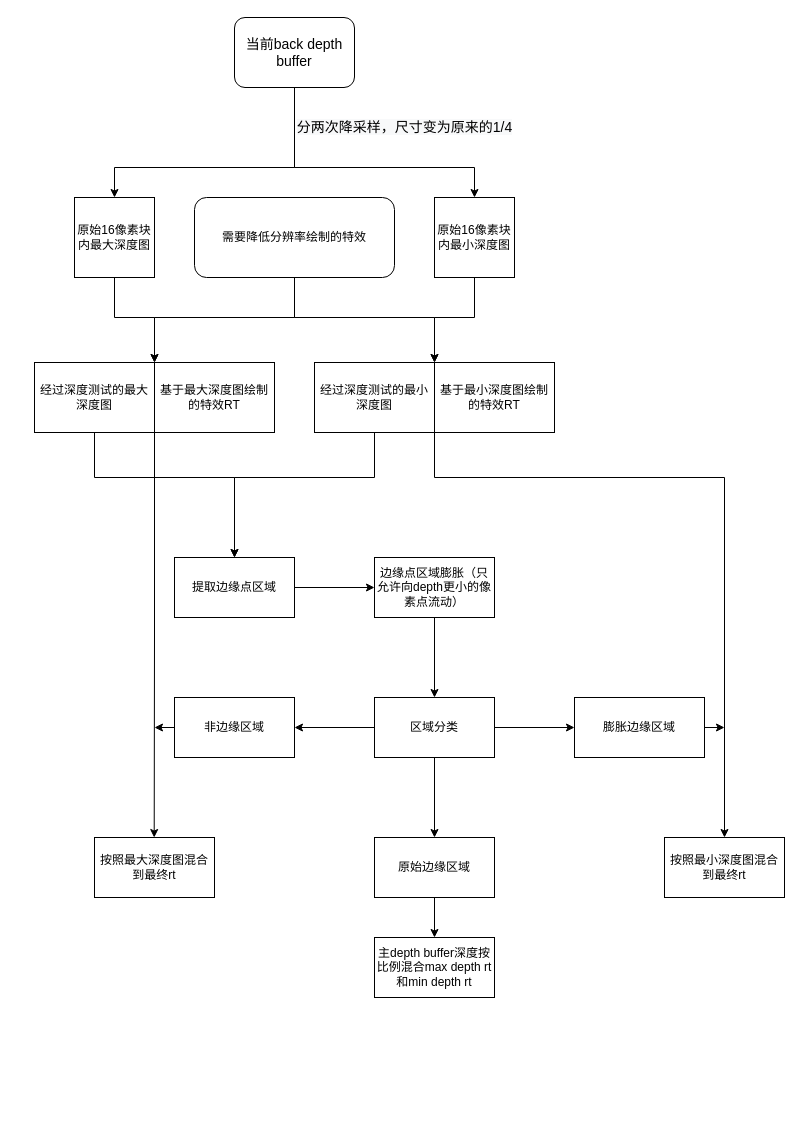
v8786339/youridea keeps this draw.io diagram as Untitled Diagram.drawio. Above is the earlier version. Source tidied: cells renumbered, new cells numbered last; positions are measured from the earlier drawing's top-left corner, leaving out a move shared by most shapes. Both pictures are drawn from the tidied source at 100%, with x=0, y=0 at pixel (34, 17).
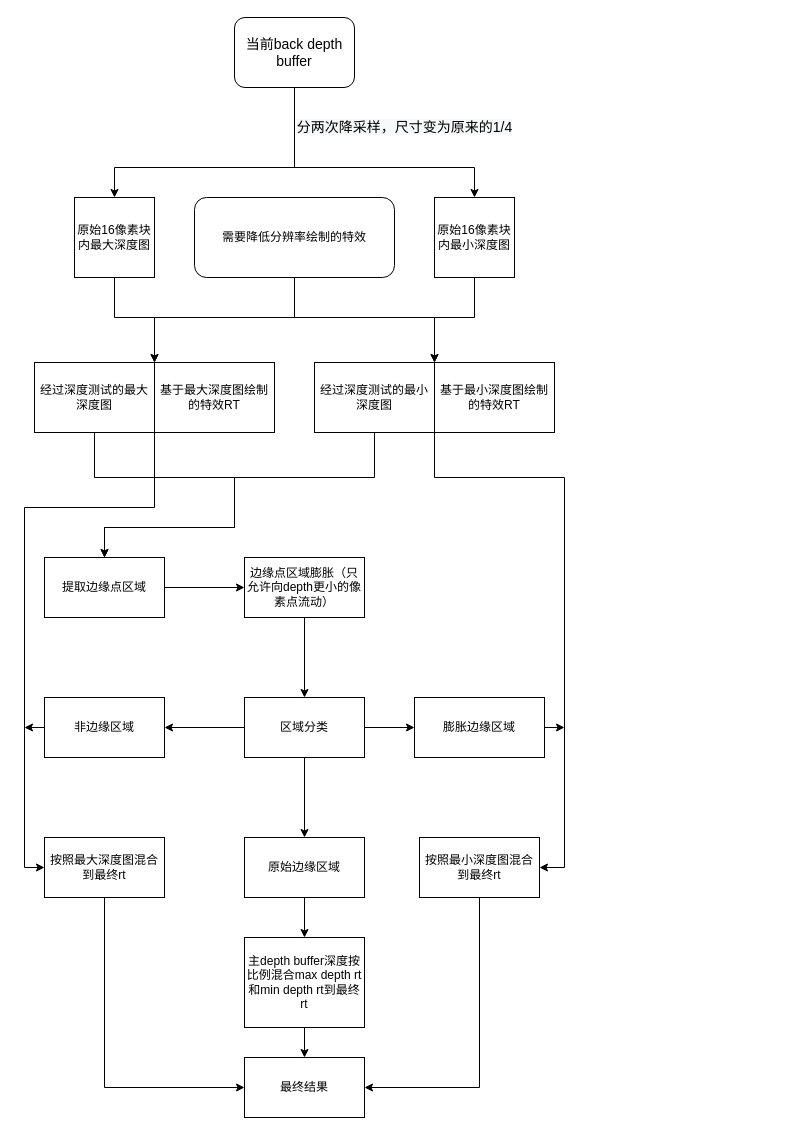
The same diagram, later.

The change refers to these unchanged cells:
```xml
<mxCell id="15" value="经过深度测试的最大深度图" style="rounded=0;whiteSpace=wrap;html=1;" parent="1" vertex="1">
  <mxGeometry y="345" width="120" height="70" as="geometry" />
</mxCell>
<mxCell id="19" value="经过深度测试的最小深度图" style="rounded=0;whiteSpace=wrap;html=1;" parent="1" vertex="1">
  <mxGeometry x="280" y="345" width="120" height="70" as="geometry" />
</mxCell>
```

The edit, as a diff of the source:
```diff
@@
-    <mxCell id="13" style="edgeStyle=orthogonalEdgeStyle;rounded=0;jettySize=auto;html=1;exitX=0.5;exitY=1;exitDx=0;exitDy=0;" parent="1" edge="1" source="15">
+    <mxCell id="13" style="edgeStyle=orthogonalEdgeStyle;rounded=0;jettySize=auto;html=1;exitX=0.5;exitY=1;exitDx=0;exitDy=0;entryX=0.5;entryY=0;entryDx=0;entryDy=0;" parent="1" edge="1" source="15" target="21">
       <mxGeometry relative="1" as="geometry">
-        <mxPoint x="200" y="540" as="targetPoint" />
         <Array as="points">
           <mxPoint x="60" y="460" />
           <mxPoint x="200" y="460" />
+          <mxPoint x="200" y="510" />
+          <mxPoint x="70" y="510" />
         </Array>
       </mxGeometry>
     </mxCell>
-    <mxCell id="14" style="edgeStyle=orthogonalEdgeStyle;rounded=0;jettySize=auto;html=1;exitX=1;exitY=1;exitDx=0;exitDy=0;" parent="1" edge="1" source="15">
+    <mxCell id="14" style="edgeStyle=orthogonalEdgeStyle;rounded=0;jettySize=auto;html=1;exitX=1;exitY=1;exitDx=0;exitDy=0;entryX=0;entryY=0.5;entryDx=0;entryDy=0;" parent="1" edge="1" source="15" target="34">
       <mxGeometry relative="1" as="geometry">
-        <mxPoint x="119.7" y="820" as="targetPoint" />
+        <Array as="points">
+          <mxPoint x="120" y="490" />
+          <mxPoint x="-10" y="490" />
+          <mxPoint x="-10" y="850" />
+        </Array>
       </mxGeometry>
     </mxCell>
@@
-    <mxCell id="17" style="edgeStyle=orthogonalEdgeStyle;rounded=0;jettySize=auto;html=1;exitX=0.5;exitY=1;exitDx=0;exitDy=0;" parent="1" edge="1" source="19">
+    <mxCell id="17" style="edgeStyle=orthogonalEdgeStyle;rounded=0;jettySize=auto;html=1;exitX=0.5;exitY=1;exitDx=0;exitDy=0;entryX=0.5;entryY=0;entryDx=0;entryDy=0;" parent="1" edge="1" source="19" target="21">
       <mxGeometry relative="1" as="geometry">
-        <mxPoint x="200" y="540" as="targetPoint" />
         <Array as="points">
           <mxPoint x="340" y="460" />
           <mxPoint x="200" y="460" />
+          <mxPoint x="200" y="510" />
+          <mxPoint x="70" y="510" />
         </Array>
       </mxGeometry>
     </mxCell>
-    <mxCell id="18" style="edgeStyle=orthogonalEdgeStyle;rounded=0;jettySize=auto;html=1;exitX=1;exitY=1;exitDx=0;exitDy=0;" parent="1" edge="1" source="19">
+    <mxCell id="18" style="edgeStyle=orthogonalEdgeStyle;rounded=0;jettySize=auto;html=1;exitX=1;exitY=1;exitDx=0;exitDy=0;entryX=1;entryY=0.5;entryDx=0;entryDy=0;" parent="1" edge="1" source="19" target="35">
       <mxGeometry relative="1" as="geometry">
-        <mxPoint x="690" y="820" as="targetPoint" />
         <Array as="points">
           <mxPoint x="400" y="460" />
-          <mxPoint x="690" y="460" />
+          <mxPoint x="530" y="460" />
+          <mxPoint x="530" y="850" />
         </Array>
       </mxGeometry>
     </mxCell>
@@
     <mxCell id="21" value="提取边缘点区域" style="rounded=0;whiteSpace=wrap;html=1;" parent="1" vertex="1">
-      <mxGeometry x="140" y="540" width="120" height="60" as="geometry" />
+      <mxGeometry x="10" y="540" width="120" height="60" as="geometry" />
     </mxCell>
@@
     <mxCell id="23" value="边缘点区域膨胀（只允许向depth更小的像素点流动）" style="rounded=0;whiteSpace=wrap;html=1;" parent="1" vertex="1">
-      <mxGeometry x="340" y="540" width="120" height="60" as="geometry" />
+      <mxGeometry x="210" y="540" width="120" height="60" as="geometry" />
     </mxCell>
@@
     <mxCell id="27" value="区域分类" style="whiteSpace=wrap;html=1;rounded=0;" parent="1" vertex="1">
-      <mxGeometry x="340" y="680" width="120" height="60" as="geometry" />
+      <mxGeometry x="210" y="680" width="120" height="60" as="geometry" />
     </mxCell>
     <mxCell id="28" style="edgeStyle=orthogonalEdgeStyle;rounded=0;jettySize=auto;html=1;exitX=0;exitY=0.5;exitDx=0;exitDy=0;" parent="1" edge="1" source="29">
       <mxGeometry relative="1" as="geometry">
-        <mxPoint x="120" y="709.9" as="targetPoint" />
+        <mxPoint x="-10" y="709.9" as="targetPoint" />
       </mxGeometry>
     </mxCell>
     <mxCell id="29" value="非边缘区域" style="whiteSpace=wrap;html=1;rounded=0;" parent="1" vertex="1">
-      <mxGeometry x="140" y="680" width="120" height="60" as="geometry" />
+      <mxGeometry x="10" y="680" width="120" height="60" as="geometry" />
     </mxCell>
@@
     <mxCell id="31" value="原始边缘区域" style="whiteSpace=wrap;html=1;rounded=0;" parent="1" vertex="1">
-      <mxGeometry x="340" y="820" width="120" height="60" as="geometry" />
+      <mxGeometry x="210" y="820" width="120" height="60" as="geometry" />
     </mxCell>
     <mxCell id="32" style="edgeStyle=orthogonalEdgeStyle;rounded=0;jettySize=auto;html=1;exitX=1;exitY=0.5;exitDx=0;exitDy=0;" parent="1" edge="1" source="33">
       <mxGeometry relative="1" as="geometry">
-        <mxPoint x="690" y="709.9" as="targetPoint" />
+        <mxPoint x="530" y="710" as="targetPoint" />
       </mxGeometry>
     </mxCell>
     <mxCell id="33" value="膨胀边缘区域" style="whiteSpace=wrap;html=1;rounded=0;" parent="1" vertex="1">
-      <mxGeometry x="540" y="680" width="130" height="60" as="geometry" />
+      <mxGeometry x="380" y="680" width="130" height="60" as="geometry" />
     </mxCell>
+    <mxCell id="37" style="edgeStyle=orthogonalEdgeStyle;rounded=0;jettySize=auto;html=1;exitX=0.5;exitY=1;exitDx=0;exitDy=0;entryX=0;entryY=0.5;entryDx=0;entryDy=0;" parent="1" edge="1" source="34" target="40">
+      <mxGeometry relative="1" as="geometry">
+        <Array as="points">
+          <mxPoint x="70" y="1070" />
+        </Array>
+      </mxGeometry>
+    </mxCell>
     <mxCell id="34" value="按照最大深度图混合到最终rt" style="rounded=0;whiteSpace=wrap;html=1;" parent="1" vertex="1">
-      <mxGeometry x="60" y="820" width="120" height="60" as="geometry" />
+      <mxGeometry x="10" y="820" width="120" height="60" as="geometry" />
     </mxCell>
+    <mxCell id="38" style="edgeStyle=orthogonalEdgeStyle;rounded=0;jettySize=auto;html=1;exitX=0.5;exitY=1;exitDx=0;exitDy=0;entryX=1;entryY=0.5;entryDx=0;entryDy=0;" parent="1" edge="1" source="35" target="40">
+      <mxGeometry relative="1" as="geometry" />
+    </mxCell>
     <mxCell id="35" value="按照最小深度图混合到最终rt" style="rounded=0;whiteSpace=wrap;html=1;" parent="1" vertex="1">
-      <mxGeometry x="630" y="820" width="120" height="60" as="geometry" />
+      <mxGeometry x="385" y="820" width="120" height="60" as="geometry" />
     </mxCell>
+    <mxCell id="39" style="edgeStyle=orthogonalEdgeStyle;rounded=0;jettySize=auto;html=1;" parent="1" edge="1" source="36" target="40">
+      <mxGeometry relative="1" as="geometry" />
+    </mxCell>
-    <mxCell id="36" value="主depth buffer深度按比例混合max depth rt 和min depth rt" style="whiteSpace=wrap;html=1;rounded=0;" parent="1" vertex="1">
-      <mxGeometry x="340" y="920" width="120" height="60" as="geometry" />
+    <mxCell id="36" value="主depth buffer深度按比例混合max depth rt 和min depth rt到最终rt" style="whiteSpace=wrap;html=1;rounded=0;" parent="1" vertex="1">
+      <mxGeometry x="210" y="920" width="120" height="90" as="geometry" />
     </mxCell>
+    <mxCell id="40" value="最终结果" style="rounded=0;whiteSpace=wrap;html=1;" parent="1" vertex="1">
+      <mxGeometry x="210" y="1040" width="120" height="60" as="geometry" />
+    </mxCell>
```
